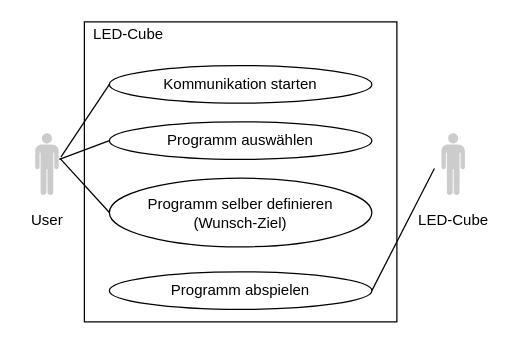
Earlier version of the draw.io diagram Dokumentation/Kontexdiagram.drawio (3raymon/LedCube_4PMSwEng_HSR). Source tidied: cells renumbered, new cells numbered last; positions are measured from the earlier drawing's top-left corner, leaving out a move shared by most shapes. Both pictures are drawn from the tidied source at 125%, with x=0, y=0 at pixel (21, 21).
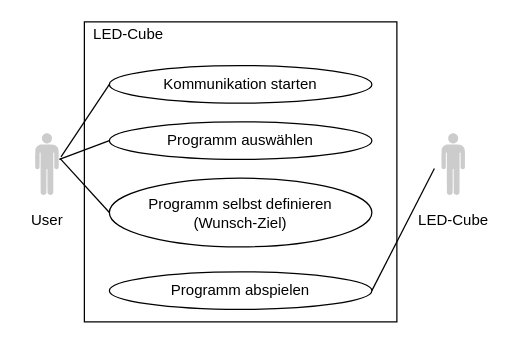
After the change.

Commit message (it also covers changes not shown here):
Korrektur Rechtschreibefehler

What changed in the source:
```diff
@@
 <mxGraphModel>
   <root>
     <mxCell id="0" />
     <mxCell id="1" parent="0" />
     <mxCell id="2" style="verticalLabelPosition=bottom;html=1;fillColor=#CCCCCC;verticalAlign=top;align=center;shape=mxgraph.cisco_safe.design.actor_2;gradientColor=none;" parent="1" vertex="1">
       <mxGeometry x="10.5" y="89" width="19" height="50" as="geometry" />
     </mxCell>
     <mxCell id="3" style="verticalLabelPosition=bottom;html=1;fillColor=#CCCCCC;verticalAlign=top;align=center;shape=mxgraph.cisco_safe.design.actor_2;gradientColor=none;" parent="1" vertex="1">
       <mxGeometry x="335.5" y="89" width="19" height="50" as="geometry" />
     </mxCell>
     <mxCell id="4" value="User" style="text;html=1;align=center;verticalAlign=top;spacingTop=-4;" parent="1" vertex="1">
       <mxGeometry y="149" width="40" height="20" as="geometry" />
     </mxCell>
     <mxCell id="5" value="LED-Cube" style="text;html=1;align=center;verticalAlign=top;spacingTop=-4;" parent="1" vertex="1">
       <mxGeometry x="310" y="149" width="70" height="20" as="geometry" />
     </mxCell>
     <mxCell id="6" style="rounded=0;whiteSpace=wrap;html=1;fillColor=none;gradientColor=none;align=center;" parent="1" vertex="1">
       <mxGeometry x="50" width="250" height="240" as="geometry" />
     </mxCell>
     <mxCell id="7" value="LED-Cube" style="text;html=1;align=center;verticalAlign=top;spacingTop=-4;" parent="1" vertex="1">
       <mxGeometry x="50" width="70" height="20" as="geometry" />
     </mxCell>
     <mxCell id="8" value="Kommunikation starten" style="ellipse;whiteSpace=wrap;html=1;fillColor=none;gradientColor=none;align=center;" parent="1" vertex="1">
       <mxGeometry x="70" y="35" width="210" height="30" as="geometry" />
     </mxCell>
     <mxCell id="9" value="Programm auswählen" style="ellipse;whiteSpace=wrap;html=1;fillColor=none;gradientColor=none;align=center;" parent="1" vertex="1">
       <mxGeometry x="70" y="80" width="210" height="30" as="geometry" />
     </mxCell>
     <mxCell id="10" style="endArrow=none;html=1;entryX=1.096;entryY=0.38;entryDx=0;entryDy=0;entryPerimeter=0;exitX=0;exitY=0.5;exitDx=0;exitDy=0;" parent="1" edge="1" source="8" target="2">
       <mxGeometry relative="1" as="geometry" />
     </mxCell>
     <mxCell id="11" style="endArrow=none;html=1;exitX=0;exitY=0.5;exitDx=0;exitDy=0;" parent="1" edge="1" source="9">
       <mxGeometry relative="1" as="geometry">
         <mxPoint x="30" y="110" as="targetPoint" />
       </mxGeometry>
     </mxCell>
     <mxCell id="12" value="Programm abspielen" style="ellipse;whiteSpace=wrap;html=1;fillColor=none;gradientColor=none;align=center;" parent="1" vertex="1">
       <mxGeometry x="70" y="200" width="210" height="30" as="geometry" />
     </mxCell>
     <mxCell id="13" style="endArrow=none;html=1;entryX=1;entryY=0.5;entryDx=0;entryDy=0;exitX=-0.289;exitY=0.567;exitDx=0;exitDy=0;exitPerimeter=0;" parent="1" edge="1" source="3" target="12">
       <mxGeometry relative="1" as="geometry" />
     </mxCell>
-    <mxCell id="14" value="Programm selber definieren&lt;br&gt;(Wunsch-Ziel)" style="ellipse;whiteSpace=wrap;html=1;fillColor=none;gradientColor=none;align=center;" parent="1" vertex="1">
+    <mxCell id="14" value="Programm selbst definieren&lt;br&gt;(Wunsch-Ziel)" style="ellipse;whiteSpace=wrap;html=1;fillColor=none;gradientColor=none;align=center;" parent="1" vertex="1">
       <mxGeometry x="70" y="125" width="210" height="55" as="geometry" />
     </mxCell>
     <mxCell id="15" style="endArrow=none;html=1;entryX=0;entryY=0.5;entryDx=0;entryDy=0;exitX=1.062;exitY=0.407;exitDx=0;exitDy=0;exitPerimeter=0;" parent="1" edge="1" source="2" target="14">
       <mxGeometry relative="1" as="geometry" />
     </mxCell>
   </root>
 </mxGraphModel>
```
